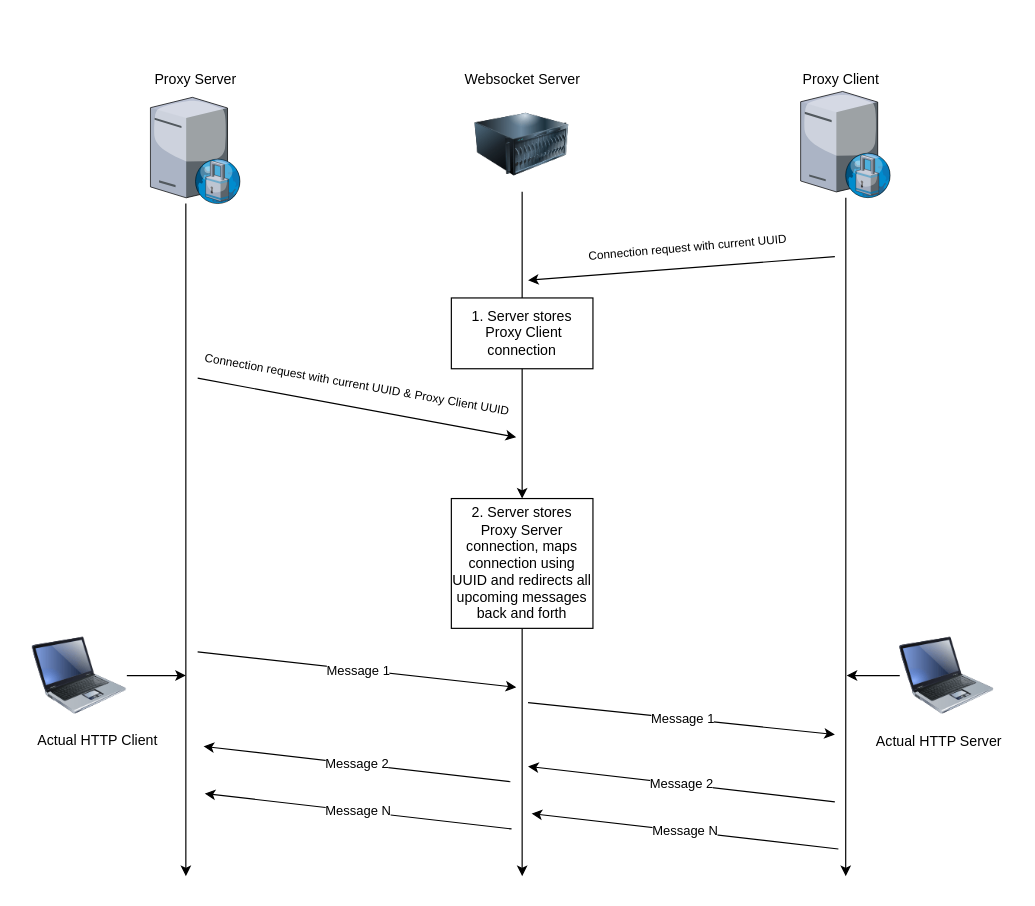
Before: http_tunnel_handshake.drawio in mayurprajapati/drawio, a draw.io diagram. Source tidied: cells renumbered, new cells numbered last; positions are measured from the earlier drawing's top-left corner, leaving out a move shared by most shapes. Both pictures are drawn from the tidied source at 118%, with x=0, y=0 at pixel (20, 61).
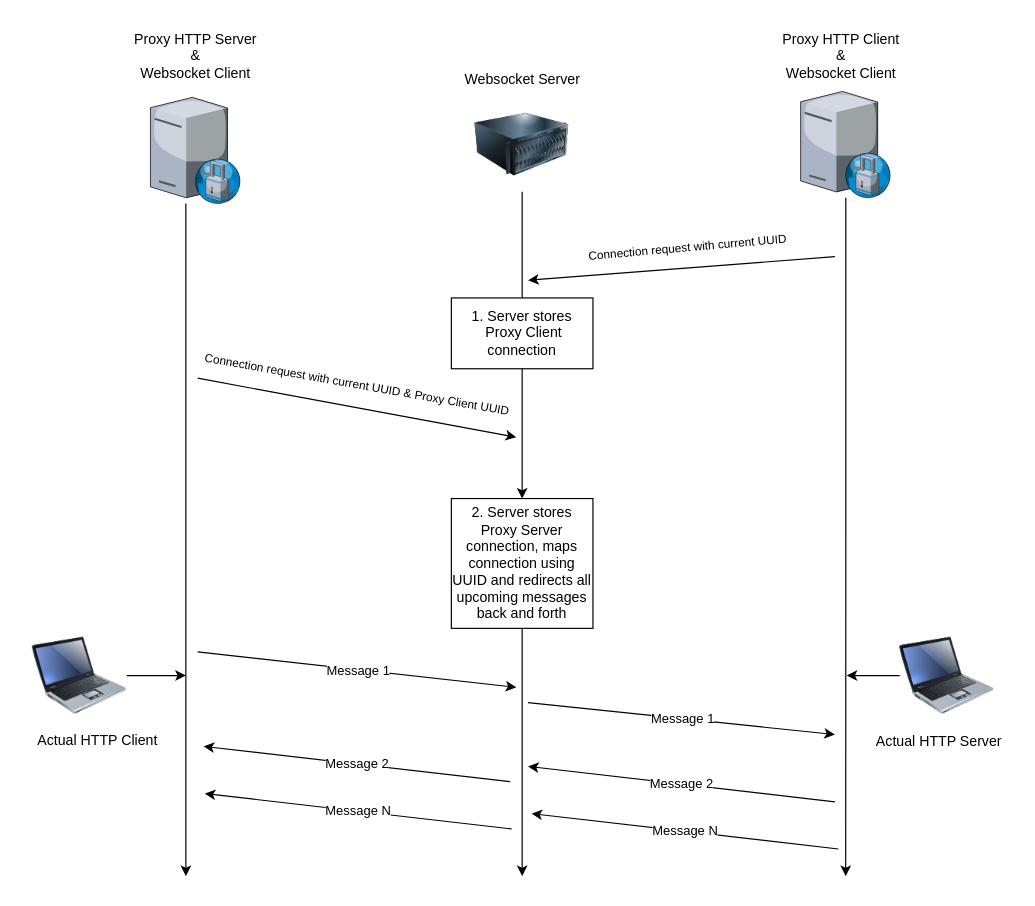
The same page after the edit.

Change to the diagram source:
```diff
@@
-    <mxCell id="9" value="Proxy Server" style="text;html=1;align=center;verticalAlign=middle;strokeColor=none;fillColor=none;" parent="1" vertex="1">
-      <mxGeometry x="103.2" width="90" height="30" as="geometry" />
+    <mxCell id="9" value="Proxy HTTP Server&lt;br&gt;&amp;amp;&lt;br&gt;Websocket Client" style="text;html=1;align=center;verticalAlign=middle;strokeColor=none;fillColor=none;" parent="1" vertex="1">
+      <mxGeometry x="83.2" y="-35" width="130" height="60" as="geometry" />
     </mxCell>
@@
-    <mxCell id="13" value="Proxy Client" style="text;html=1;align=center;verticalAlign=middle;strokeColor=none;fillColor=none;" parent="1" vertex="1">
-      <mxGeometry x="650" width="90" height="30" as="geometry" />
+    <mxCell id="13" value="Proxy HTTP Client&lt;br&gt;&amp;amp;&lt;br&gt;Websocket Client" style="text;html=1;align=center;verticalAlign=middle;strokeColor=none;fillColor=none;" parent="1" vertex="1">
+      <mxGeometry x="635" y="-35" width="120" height="60" as="geometry" />
     </mxCell>
```
